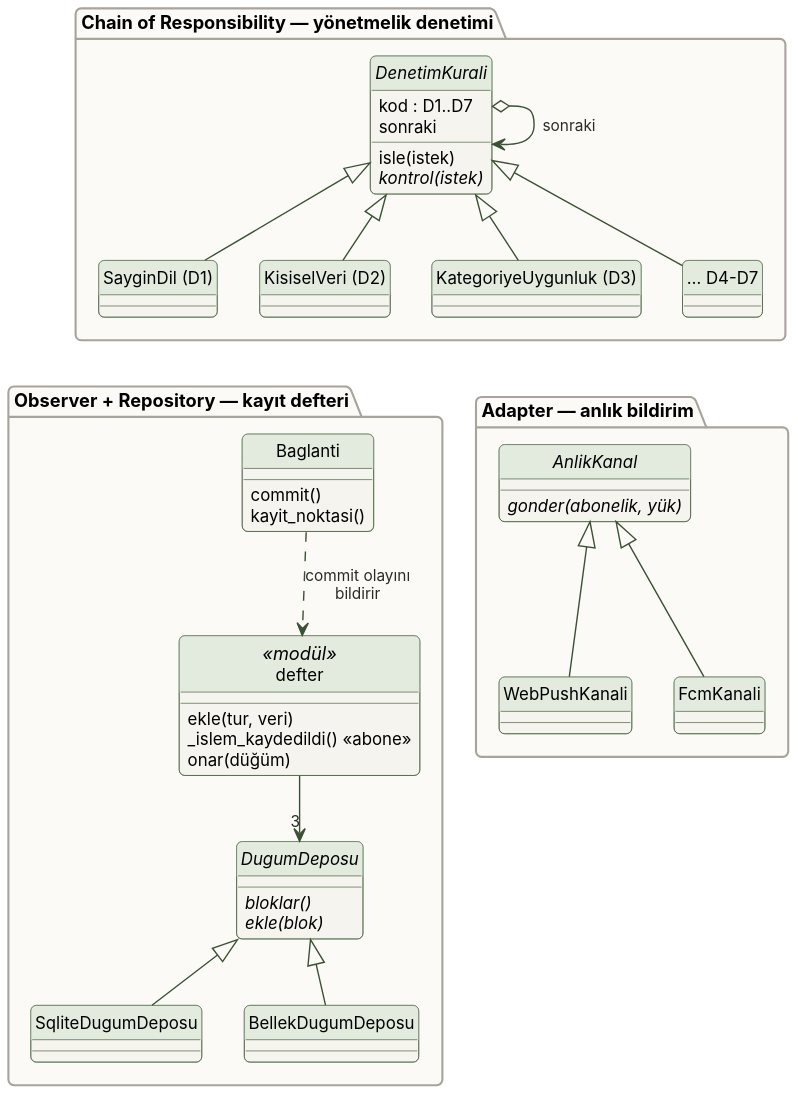
Earlier version of the PlantUML export docs/rapor/sekiller/s06_sinif_denetim_defter.svg (Baki-B/YZM327-Odevler).
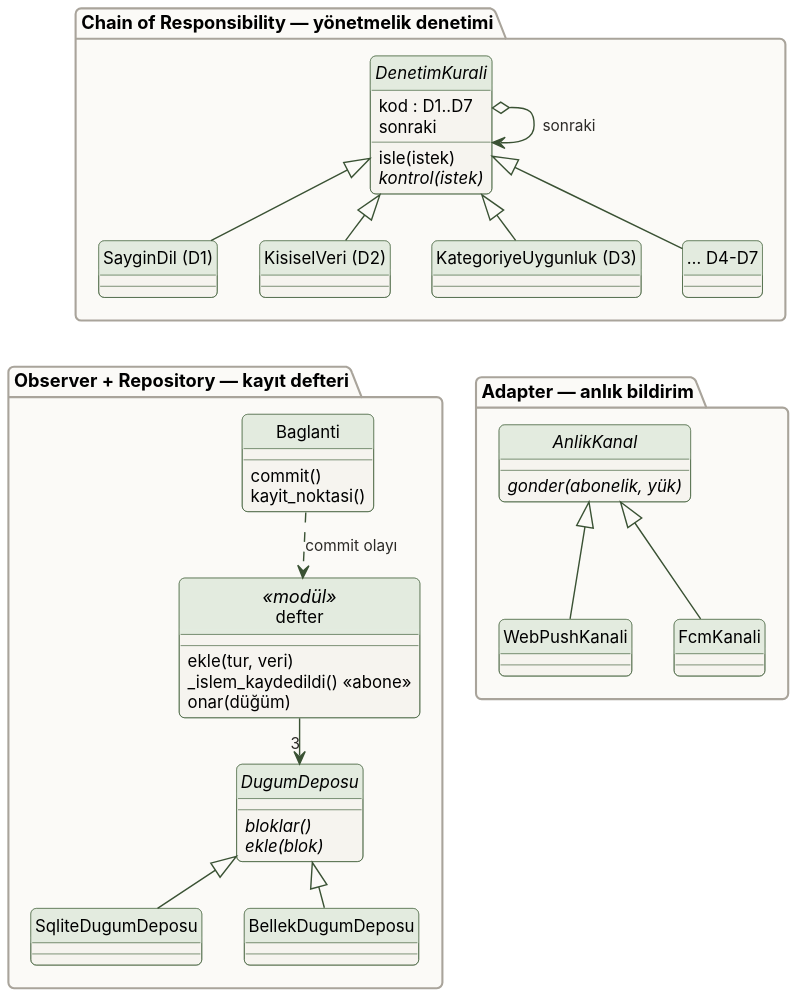
After the commit.

The edit, as a diff of the source:
```diff
@@ -1,7 +1,7 @@
 @startuml
 !include ../../uml/_stil.iuml
 skinparam nodesep 30
-skinparam ranksep 45
+skinparam ranksep 32
 
 package "Chain of Responsibility — yönetmelik denetimi" {
   abstract class DenetimKurali {
@@ -31,7 +31,7 @@
     {abstract} bloklar()
     {abstract} ekle(blok)
   }
-  Baglanti ..> defter : commit olayını\nbildirir
+  Baglanti ..> defter : commit olayı
   defter --> "3" DugumDeposu
   DugumDeposu <|-- SqliteDugumDeposu
   DugumDeposu <|-- BellekDugumDeposu
```
